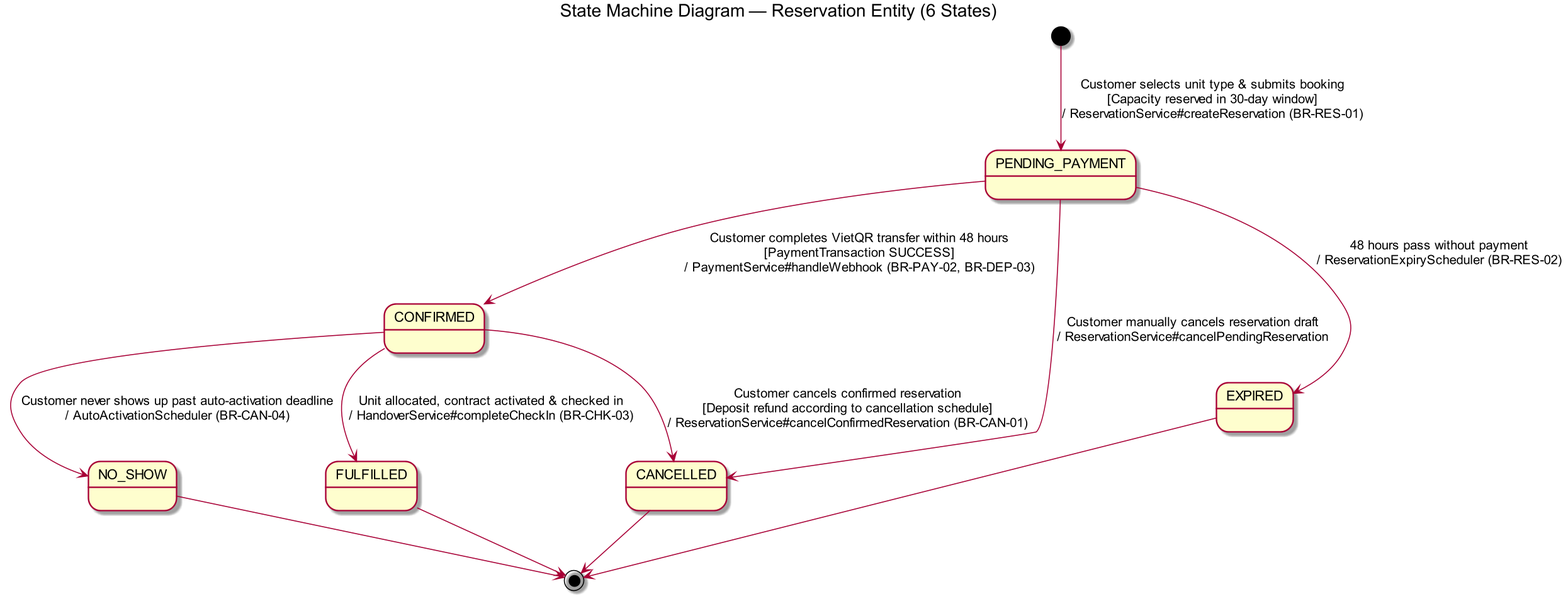
Before: docs/diagrams/report/state/st-reservation.png, a diagram exported from PlantUML (Nguyen-Van-Gia-Binh/Self-Storage-Facility-Rental-and-Management-System). Its diagram source:
```plantuml
@startuml st-reservation
!pragma layout smetana
skinparam dpi 150
skinparam defaultFontName Arial
skinparam roundcorner 6

title State Machine Diagram — Reservation Entity (6 States)

[*] --> PENDING_PAYMENT : Customer selects unit type & submits booking\n[Capacity reserved in 30-day window]\n/ ReservationService#createReservation (BR-RES-01)

PENDING_PAYMENT --> CONFIRMED : Customer completes VietQR transfer within 48 hours\n[PaymentTransaction SUCCESS]\n/ PaymentService#handleWebhook (BR-PAY-02, BR-DEP-03)
PENDING_PAYMENT --> EXPIRED : 48 hours pass without payment\n/ ReservationExpiryScheduler (BR-RES-02)
PENDING_PAYMENT --> CANCELLED : Customer manually cancels reservation draft\n/ ReservationService#cancelPendingReservation

CONFIRMED --> FULFILLED : Unit allocated, contract activated & checked in\n/ HandoverService#completeCheckIn (BR-CHK-03)
CONFIRMED --> CANCELLED : Customer cancels confirmed reservation\n[Deposit refund according to cancellation schedule]\n/ ReservationService#cancelConfirmedReservation (BR-CAN-01)
CONFIRMED --> NO_SHOW : Customer never shows up past auto-activation deadline\n/ AutoActivationScheduler (BR-CAN-04)

EXPIRED --> [*]
CANCELLED --> [*]
FULFILLED --> [*]
NO_SHOW --> [*]
@enduml
```
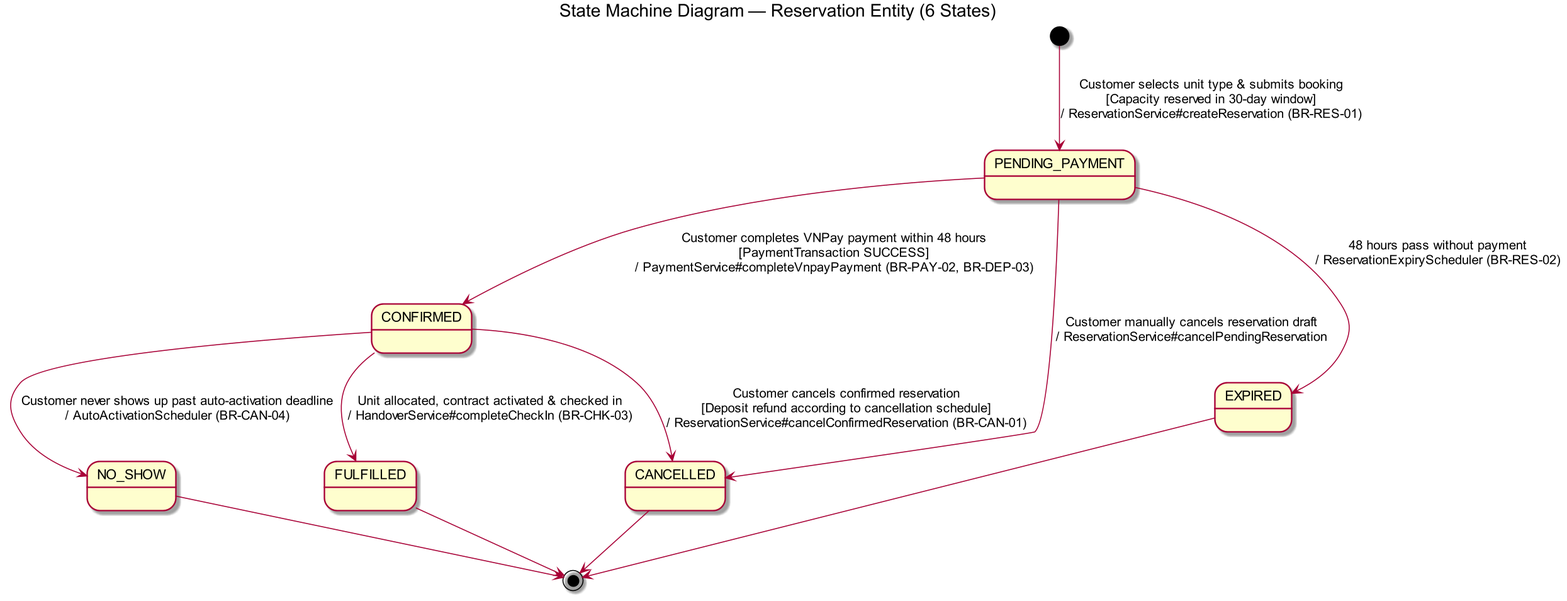
Later version of the same file.

Diff of the diagram source:
```diff
@@ -8,7 +8,7 @@
 
 [*] --> PENDING_PAYMENT : Customer selects unit type & submits booking\n[Capacity reserved in 30-day window]\n/ ReservationService#createReservation (BR-RES-01)
 
-PENDING_PAYMENT --> CONFIRMED : Customer completes VietQR transfer within 48 hours\n[PaymentTransaction SUCCESS]\n/ PaymentService#handleWebhook (BR-PAY-02, BR-DEP-03)
+PENDING_PAYMENT --> CONFIRMED : Customer completes VNPay payment within 48 hours\n[PaymentTransaction SUCCESS]\n/ PaymentService#completeVnpayPayment (BR-PAY-02, BR-DEP-03)
 PENDING_PAYMENT --> EXPIRED : 48 hours pass without payment\n/ ReservationExpiryScheduler (BR-RES-02)
 PENDING_PAYMENT --> CANCELLED : Customer manually cancels reservation draft\n/ ReservationService#cancelPendingReservation
 
```
